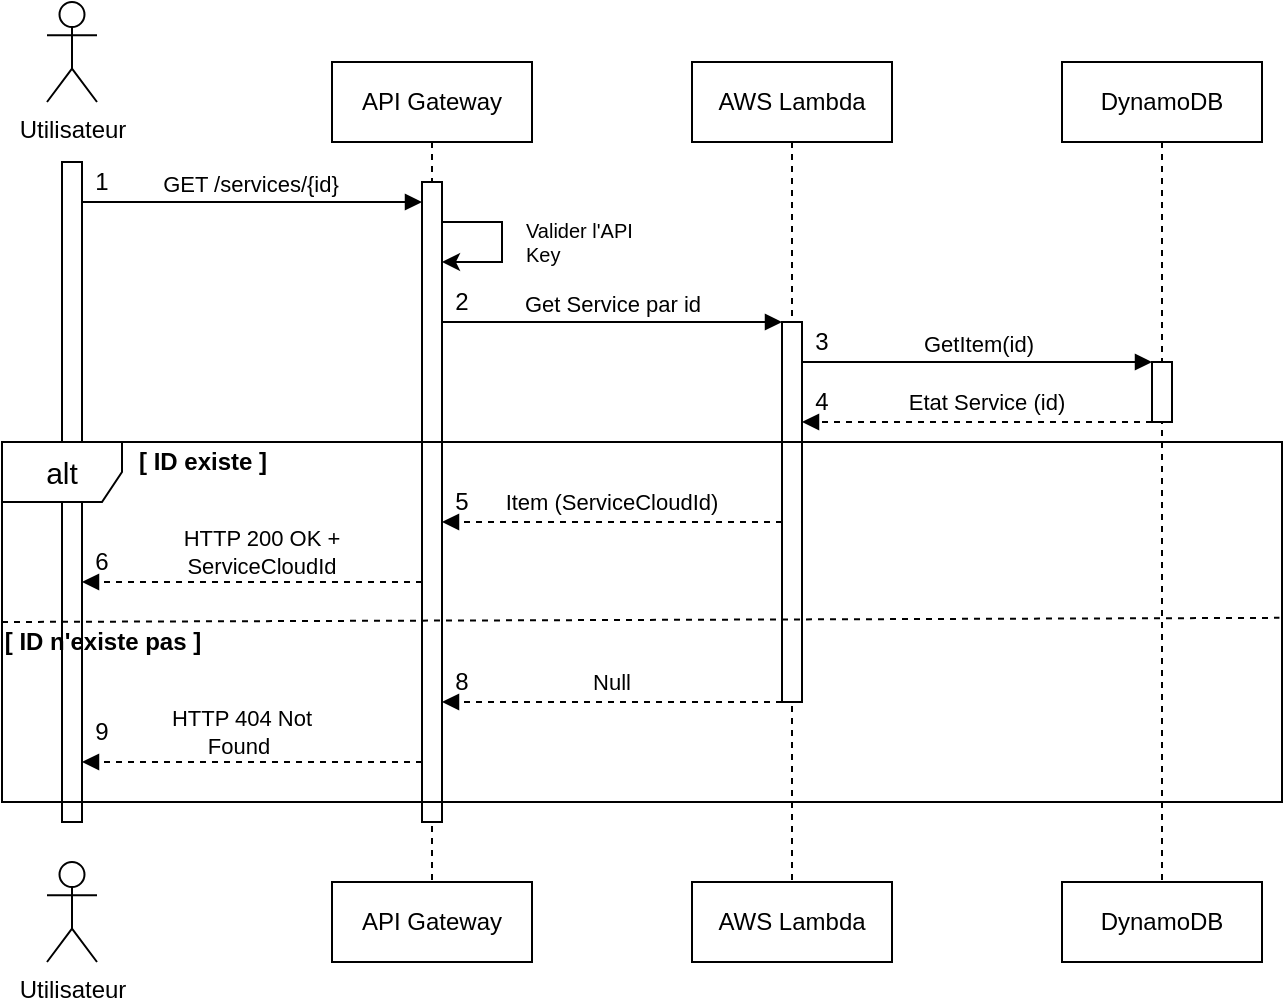
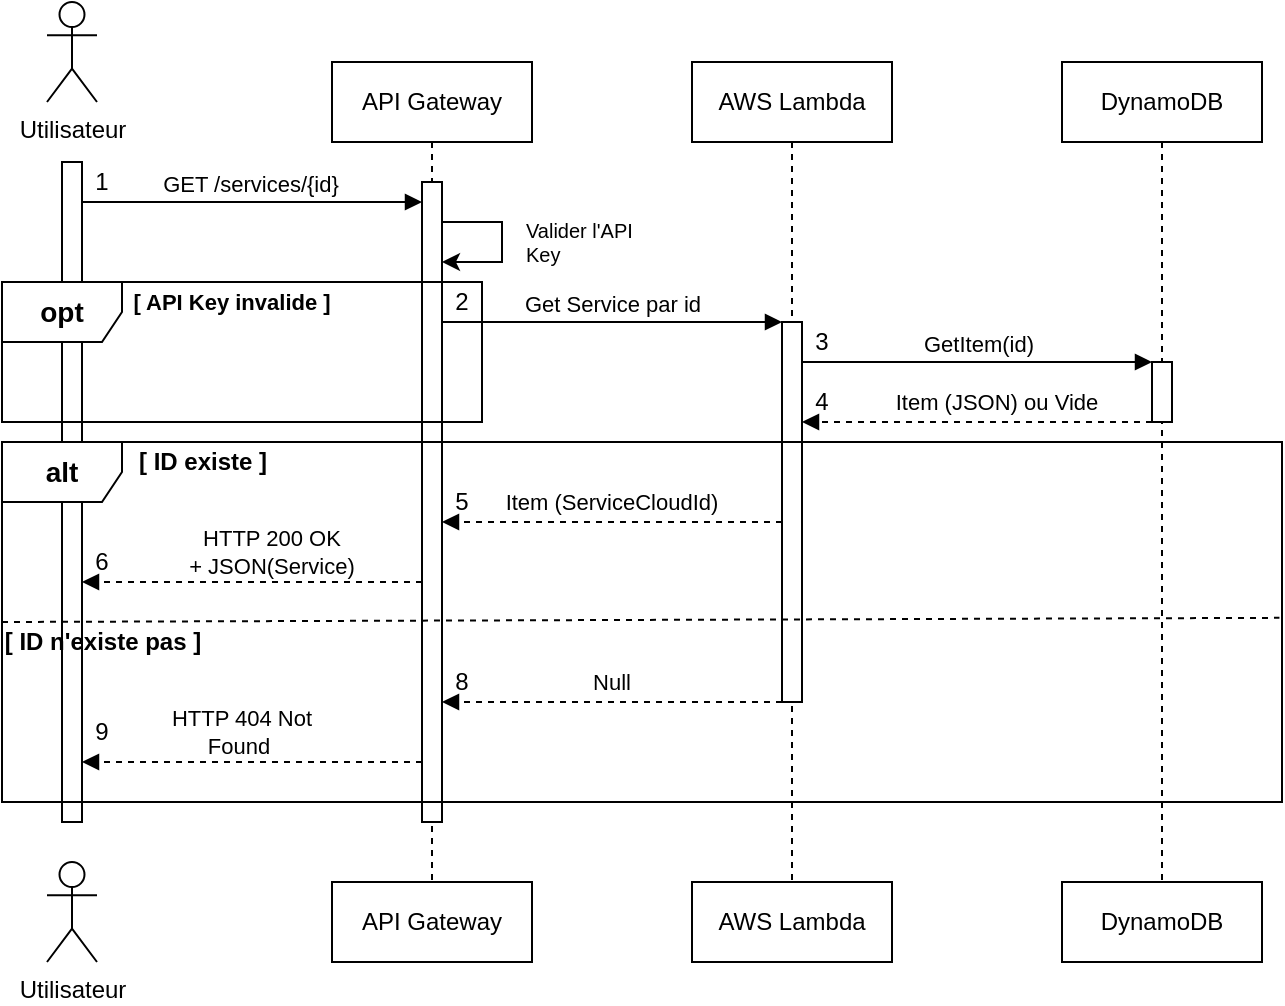
<mxfile host="app.diagrams.net" agent="5.0 (Macintosh; Intel Mac OS X 10_15_7) AppleWebKit/537.36 (KHTML, like Gecko) Chrome/109.0.0.0 Safari/537.36">
  <diagram name="Page-1" id="2YBvvXClWsGukQMizWep">
-     <mxGraphModel dx="1013" dy="650" grid="1" gridSize="10" guides="1" tooltips="1" connect="1" arrows="1" fold="1" page="1" pageScale="1" pageWidth="850" pageHeight="1100" math="0" shadow="0">
+     <mxGraphModel dx="810" dy="520" grid="1" gridSize="10" guides="1" tooltips="1" connect="1" arrows="1" fold="1" page="1" pageScale="1" pageWidth="850" pageHeight="1100" math="0" shadow="0">
      <root>
        <mxCell id="0" />
        <mxCell id="1" parent="0" />
        <mxCell id="aM9ryv3xv72pqoxQDRHE-1" parent="1" style="shape=umlLifeline;perimeter=lifelinePerimeter;whiteSpace=wrap;html=1;container=0;dropTarget=0;collapsible=0;recursiveResize=0;outlineConnect=0;portConstraint=eastwest;newEdgeStyle={&quot;edgeStyle&quot;:&quot;elbowEdgeStyle&quot;,&quot;elbow&quot;:&quot;vertical&quot;,&quot;curved&quot;:0,&quot;rounded&quot;:0};" value="API Gateway" vertex="1">
          <mxGeometry height="410" width="100" x="285" y="80" as="geometry" />
        </mxCell>
        <mxCell id="aM9ryv3xv72pqoxQDRHE-2" parent="aM9ryv3xv72pqoxQDRHE-1" style="html=1;points=[];perimeter=orthogonalPerimeter;outlineConnect=0;targetShapes=umlLifeline;portConstraint=eastwest;newEdgeStyle={&quot;edgeStyle&quot;:&quot;elbowEdgeStyle&quot;,&quot;elbow&quot;:&quot;vertical&quot;,&quot;curved&quot;:0,&quot;rounded&quot;:0};" value="" vertex="1">
          <mxGeometry height="320" width="10" x="45" y="60" as="geometry" />
        </mxCell>
        <mxCell id="aM9ryv3xv72pqoxQDRHE-5" parent="1" style="shape=umlLifeline;perimeter=lifelinePerimeter;whiteSpace=wrap;html=1;container=0;dropTarget=0;collapsible=0;recursiveResize=0;outlineConnect=0;portConstraint=eastwest;newEdgeStyle={&quot;edgeStyle&quot;:&quot;elbowEdgeStyle&quot;,&quot;elbow&quot;:&quot;vertical&quot;,&quot;curved&quot;:0,&quot;rounded&quot;:0};" value="AWS Lambda" vertex="1">
          <mxGeometry height="410" width="100" x="465" y="80" as="geometry" />
        </mxCell>
        <mxCell id="aM9ryv3xv72pqoxQDRHE-6" parent="aM9ryv3xv72pqoxQDRHE-5" style="html=1;points=[];perimeter=orthogonalPerimeter;outlineConnect=0;targetShapes=umlLifeline;portConstraint=eastwest;newEdgeStyle={&quot;edgeStyle&quot;:&quot;elbowEdgeStyle&quot;,&quot;elbow&quot;:&quot;vertical&quot;,&quot;curved&quot;:0,&quot;rounded&quot;:0};" value="" vertex="1">
          <mxGeometry height="190" width="10" x="45" y="130" as="geometry" />
        </mxCell>
        <mxCell id="aM9ryv3xv72pqoxQDRHE-7" edge="1" parent="1" style="html=1;verticalAlign=bottom;endArrow=block;edgeStyle=elbowEdgeStyle;elbow=vertical;curved=0;rounded=0;" value="GET /services/{id}">
          <mxGeometry relative="1" as="geometry">
            <mxPoint x="-1" as="offset" />
            <Array as="points">
              <mxPoint x="245" y="150" />
            </Array>
            <mxPoint x="160" y="150" as="sourcePoint" />
            <mxPoint x="330" y="150" as="targetPoint" />
          </mxGeometry>
        </mxCell>
        <mxCell id="ydfixyK2cgRqEg1iHaJK-1" parent="1" style="html=1;points=[];perimeter=orthogonalPerimeter;outlineConnect=0;targetShapes=umlLifeline;portConstraint=eastwest;newEdgeStyle={&quot;edgeStyle&quot;:&quot;elbowEdgeStyle&quot;,&quot;elbow&quot;:&quot;vertical&quot;,&quot;curved&quot;:0,&quot;rounded&quot;:0};" value="" vertex="1">
          <mxGeometry height="330" width="10" x="150" y="130" as="geometry" />
        </mxCell>
        <mxCell id="ydfixyK2cgRqEg1iHaJK-2" parent="1" style="shape=umlActor;verticalLabelPosition=bottom;verticalAlign=top;html=1;outlineConnect=0;" value="Utilisateur" vertex="1">
          <mxGeometry height="50" width="25" x="142.5" y="50" as="geometry" />
        </mxCell>
        <mxCell id="ydfixyK2cgRqEg1iHaJK-3" parent="1" style="text;html=1;whiteSpace=wrap;strokeColor=none;fillColor=none;align=center;verticalAlign=middle;rounded=0;" value="1" vertex="1">
          <mxGeometry height="20" width="20" x="160" y="130" as="geometry" />
        </mxCell>
        <mxCell id="ydfixyK2cgRqEg1iHaJK-4" edge="1" parent="1" style="html=1;verticalAlign=bottom;endArrow=block;edgeStyle=elbowEdgeStyle;elbow=vertical;curved=0;rounded=0;" value="GetItem(id)">
          <mxGeometry relative="1" as="geometry">
            <mxPoint as="offset" />
            <Array as="points">
              <mxPoint x="605" y="230" />
            </Array>
            <mxPoint x="520" y="230" as="sourcePoint" />
            <mxPoint x="695" y="230" as="targetPoint" />
          </mxGeometry>
        </mxCell>
-         <mxCell id="ydfixyK2cgRqEg1iHaJK-7" parent="1" style="shape=umlFrame;whiteSpace=wrap;html=1;pointerEvents=0;" value="&lt;font style=&quot;font-size: 15px;&quot;&gt;alt&lt;/font&gt;" vertex="1">
+         <mxCell id="ydfixyK2cgRqEg1iHaJK-7" parent="1" style="shape=umlFrame;whiteSpace=wrap;html=1;pointerEvents=0;" value="&lt;font style=&quot;font-size: 14px;&quot;&gt;&lt;b&gt;&lt;font&gt;alt&lt;/font&gt;&lt;/b&gt;&lt;/font&gt;" vertex="1">
          <mxGeometry height="180" width="640" x="120" y="270" as="geometry" />
        </mxCell>
        <mxCell id="ydfixyK2cgRqEg1iHaJK-8" parent="1" style="text;align=center;fontStyle=1;verticalAlign=middle;spacingLeft=3;spacingRight=3;strokeColor=none;rotatable=0;points=[[0,0.5],[1,0.5]];portConstraint=eastwest;html=1;" value="[ ID existe ]" vertex="1">
          <mxGeometry height="20" width="60" x="190" y="270" as="geometry" />
        </mxCell>
        <mxCell id="ydfixyK2cgRqEg1iHaJK-9" parent="1" style="text;html=1;whiteSpace=wrap;strokeColor=none;fillColor=none;align=center;verticalAlign=middle;rounded=0;" value="2" vertex="1">
          <mxGeometry height="20" width="20" x="340" y="190" as="geometry" />
        </mxCell>
        <mxCell id="ydfixyK2cgRqEg1iHaJK-15" edge="1" parent="1" style="html=1;verticalAlign=bottom;endArrow=block;edgeStyle=elbowEdgeStyle;elbow=vertical;curved=0;rounded=0;endFill=1;entryX=0;entryY=1;entryDx=0;entryDy=0;dashed=1;" value="">
          <mxGeometry relative="1" as="geometry">
            <Array as="points">
              <mxPoint x="490" y="310" />
            </Array>
            <mxPoint x="510" y="310" as="sourcePoint" />
            <mxPoint x="340" y="310" as="targetPoint" />
          </mxGeometry>
        </mxCell>
        <mxCell id="ydfixyK2cgRqEg1iHaJK-18" parent="1" style="text;html=1;whiteSpace=wrap;strokeColor=none;fillColor=none;align=center;verticalAlign=middle;rounded=0;strokeWidth=1;fontSize=11;" value="Item (ServiceCloudId)" vertex="1">
          <mxGeometry height="20" width="120" x="365" y="290" as="geometry" />
        </mxCell>
        <mxCell id="ydfixyK2cgRqEg1iHaJK-19" edge="1" parent="1" style="html=1;verticalAlign=bottom;endArrow=block;edgeStyle=elbowEdgeStyle;elbow=vertical;curved=0;rounded=0;endFill=1;entryX=1;entryY=0.529;entryDx=0;entryDy=0;entryPerimeter=0;dashed=1;" value="">
          <mxGeometry relative="1" as="geometry">
            <Array as="points">
              <mxPoint x="310" y="340" />
            </Array>
            <mxPoint x="330" y="340" as="sourcePoint" />
            <mxPoint x="160" y="340" as="targetPoint" />
          </mxGeometry>
        </mxCell>
        <mxCell id="ydfixyK2cgRqEg1iHaJK-20" parent="1" style="text;html=1;whiteSpace=wrap;strokeColor=none;fillColor=none;align=center;verticalAlign=middle;rounded=0;" value="4" vertex="1">
          <mxGeometry height="20" width="20" x="520" y="240" as="geometry" />
        </mxCell>
-         <mxCell id="ydfixyK2cgRqEg1iHaJK-21" parent="1" style="text;html=1;whiteSpace=wrap;strokeColor=none;fillColor=none;align=center;verticalAlign=middle;rounded=0;strokeWidth=1;fontSize=11;" value="HTTP 200 OK + ServiceCloudId" vertex="1">
-           <mxGeometry height="30" width="100" x="200" y="310" as="geometry" />
+         <mxCell id="ydfixyK2cgRqEg1iHaJK-21" parent="1" style="text;html=1;whiteSpace=wrap;strokeColor=none;fillColor=none;align=center;verticalAlign=middle;rounded=0;strokeWidth=1;fontSize=11;" value="HTTP 200 OK +&amp;nbsp;JSON(Service)" vertex="1">
+           <mxGeometry height="30" width="150" x="180" y="310" as="geometry" />
        </mxCell>
        <mxCell id="ydfixyK2cgRqEg1iHaJK-23" edge="1" parent="1" style="endArrow=none;dashed=1;html=1;rounded=0;entryX=0.998;entryY=0.544;entryDx=0;entryDy=0;entryPerimeter=0;" value="">
          <mxGeometry height="50" relative="1" width="50" as="geometry">
            <mxPoint x="120" y="360" as="sourcePoint" />
            <mxPoint x="758.72" y="357.91999999999996" as="targetPoint" />
          </mxGeometry>
        </mxCell>
        <mxCell id="ydfixyK2cgRqEg1iHaJK-26" edge="1" parent="1" style="html=1;verticalAlign=bottom;endArrow=block;edgeStyle=elbowEdgeStyle;elbow=vertical;curved=0;rounded=0;endFill=1;entryX=0;entryY=1;entryDx=0;entryDy=0;dashed=1;" value="">
          <mxGeometry relative="1" as="geometry">
            <Array as="points" />
            <mxPoint x="510" y="400" as="sourcePoint" />
            <mxPoint x="340" y="400" as="targetPoint" />
          </mxGeometry>
        </mxCell>
        <mxCell id="ydfixyK2cgRqEg1iHaJK-28" parent="1" style="text;html=1;whiteSpace=wrap;strokeColor=none;fillColor=none;align=center;verticalAlign=middle;rounded=0;strokeWidth=1;fontSize=11;" value="Null" vertex="1">
          <mxGeometry height="20" width="60" x="395" y="380" as="geometry" />
        </mxCell>
        <mxCell id="ydfixyK2cgRqEg1iHaJK-29" parent="1" style="text;html=1;whiteSpace=wrap;strokeColor=none;fillColor=none;align=center;verticalAlign=middle;rounded=0;" value="&lt;div align=&quot;center&quot;&gt;&amp;nbsp; &amp;nbsp;5&lt;span style=&quot;white-space: pre;&quot;&gt;&#x9;&lt;/span&gt;&lt;/div&gt;" vertex="1">
          <mxGeometry height="20" width="20" x="340" y="290" as="geometry" />
        </mxCell>
        <mxCell id="ydfixyK2cgRqEg1iHaJK-30" edge="1" parent="1" style="html=1;verticalAlign=bottom;endArrow=block;edgeStyle=elbowEdgeStyle;elbow=vertical;curved=0;rounded=0;endFill=1;entryX=1;entryY=0.529;entryDx=0;entryDy=0;entryPerimeter=0;dashed=1;" value="">
          <mxGeometry relative="1" as="geometry">
            <Array as="points">
              <mxPoint x="310" y="430" />
            </Array>
            <mxPoint x="330" y="430" as="sourcePoint" />
            <mxPoint x="160" y="430" as="targetPoint" />
          </mxGeometry>
        </mxCell>
        <mxCell id="ydfixyK2cgRqEg1iHaJK-31" parent="1" style="text;html=1;whiteSpace=wrap;strokeColor=none;fillColor=none;align=center;verticalAlign=middle;rounded=0;fontSize=11;" value="HTTP 404 Not Found&amp;nbsp;" vertex="1">
          <mxGeometry height="30" width="100" x="190" y="400" as="geometry" />
        </mxCell>
        <mxCell id="ydfixyK2cgRqEg1iHaJK-32" parent="1" style="text;html=1;whiteSpace=wrap;strokeColor=none;fillColor=none;align=center;verticalAlign=middle;rounded=0;" value="6" vertex="1">
          <mxGeometry height="20" width="20" x="160" y="320" as="geometry" />
        </mxCell>
        <mxCell id="ydfixyK2cgRqEg1iHaJK-35" parent="1" style="shape=umlLifeline;perimeter=lifelinePerimeter;whiteSpace=wrap;html=1;container=0;dropTarget=0;collapsible=0;recursiveResize=0;outlineConnect=0;portConstraint=eastwest;newEdgeStyle={&quot;edgeStyle&quot;:&quot;elbowEdgeStyle&quot;,&quot;elbow&quot;:&quot;vertical&quot;,&quot;curved&quot;:0,&quot;rounded&quot;:0};" value="API Gateway" vertex="1">
          <mxGeometry height="40" width="100" x="285" y="490" as="geometry" />
        </mxCell>
        <mxCell id="ydfixyK2cgRqEg1iHaJK-38" parent="1" style="shape=umlLifeline;perimeter=lifelinePerimeter;whiteSpace=wrap;html=1;container=0;dropTarget=0;collapsible=0;recursiveResize=0;outlineConnect=0;portConstraint=eastwest;newEdgeStyle={&quot;edgeStyle&quot;:&quot;elbowEdgeStyle&quot;,&quot;elbow&quot;:&quot;vertical&quot;,&quot;curved&quot;:0,&quot;rounded&quot;:0};" value="AWS Lambda" vertex="1">
          <mxGeometry height="40" width="100" x="465" y="490" as="geometry" />
        </mxCell>
        <mxCell id="ydfixyK2cgRqEg1iHaJK-40" parent="1" style="text;align=center;fontStyle=1;verticalAlign=middle;spacingLeft=3;spacingRight=3;strokeColor=none;rotatable=0;points=[[0,0.5],[1,0.5]];portConstraint=eastwest;html=1;" value="[ ID n&#39;existe pas ]" vertex="1">
          <mxGeometry height="20" width="60" x="140" y="360" as="geometry" />
        </mxCell>
        <mxCell id="ydfixyK2cgRqEg1iHaJK-42" parent="1" style="shape=umlActor;verticalLabelPosition=bottom;verticalAlign=top;html=1;outlineConnect=0;" value="Utilisateur" vertex="1">
          <mxGeometry height="50" width="25" x="142.5" y="480" as="geometry" />
        </mxCell>
        <mxCell id="ydfixyK2cgRqEg1iHaJK-45" parent="1" style="shape=umlLifeline;perimeter=lifelinePerimeter;whiteSpace=wrap;html=1;container=0;dropTarget=0;collapsible=0;recursiveResize=0;outlineConnect=0;portConstraint=eastwest;newEdgeStyle={&quot;edgeStyle&quot;:&quot;elbowEdgeStyle&quot;,&quot;elbow&quot;:&quot;vertical&quot;,&quot;curved&quot;:0,&quot;rounded&quot;:0};" value="DynamoDB" vertex="1">
          <mxGeometry height="410" width="100" x="650" y="80" as="geometry" />
        </mxCell>
        <mxCell id="ydfixyK2cgRqEg1iHaJK-46" parent="ydfixyK2cgRqEg1iHaJK-45" style="html=1;points=[];perimeter=orthogonalPerimeter;outlineConnect=0;targetShapes=umlLifeline;portConstraint=eastwest;newEdgeStyle={&quot;edgeStyle&quot;:&quot;elbowEdgeStyle&quot;,&quot;elbow&quot;:&quot;vertical&quot;,&quot;curved&quot;:0,&quot;rounded&quot;:0};" value="" vertex="1">
          <mxGeometry height="30" width="10" x="45" y="150" as="geometry" />
        </mxCell>
        <mxCell id="ydfixyK2cgRqEg1iHaJK-47" parent="1" style="shape=umlLifeline;perimeter=lifelinePerimeter;whiteSpace=wrap;html=1;container=0;dropTarget=0;collapsible=0;recursiveResize=0;outlineConnect=0;portConstraint=eastwest;newEdgeStyle={&quot;edgeStyle&quot;:&quot;elbowEdgeStyle&quot;,&quot;elbow&quot;:&quot;vertical&quot;,&quot;curved&quot;:0,&quot;rounded&quot;:0};" value="DynamoDB" vertex="1">
          <mxGeometry height="40" width="100" x="650" y="490" as="geometry" />
        </mxCell>
        <mxCell id="ydfixyK2cgRqEg1iHaJK-48" edge="1" parent="1" style="html=1;verticalAlign=bottom;endArrow=block;edgeStyle=elbowEdgeStyle;elbow=vertical;curved=0;rounded=0;" value="Get Service par id">
          <mxGeometry relative="1" as="geometry">
            <Array as="points">
              <mxPoint x="425" y="210" />
            </Array>
            <mxPoint x="340" y="210" as="sourcePoint" />
            <mxPoint x="510" y="210" as="targetPoint" />
          </mxGeometry>
        </mxCell>
        <mxCell id="ydfixyK2cgRqEg1iHaJK-49" parent="1" style="text;html=1;whiteSpace=wrap;strokeColor=none;fillColor=none;align=center;verticalAlign=middle;rounded=0;" value="3" vertex="1">
          <mxGeometry height="20" width="20" x="520" y="210" as="geometry" />
        </mxCell>
        <mxCell id="ydfixyK2cgRqEg1iHaJK-52" edge="1" parent="1" source="ydfixyK2cgRqEg1iHaJK-46" style="html=1;verticalAlign=bottom;endArrow=block;edgeStyle=elbowEdgeStyle;elbow=vertical;curved=0;rounded=0;endFill=1;entryX=0;entryY=1;entryDx=0;entryDy=0;dashed=1;" value="">
          <mxGeometry relative="1" as="geometry">
            <Array as="points">
              <mxPoint x="670" y="260" />
            </Array>
            <mxPoint x="690" y="260" as="sourcePoint" />
            <mxPoint x="520" y="260" as="targetPoint" />
          </mxGeometry>
        </mxCell>
-         <mxCell id="ydfixyK2cgRqEg1iHaJK-53" parent="1" style="text;html=1;whiteSpace=wrap;strokeColor=none;fillColor=none;align=center;verticalAlign=middle;rounded=0;fontSize=11;" value="Etat Service (id)" vertex="1">
-           <mxGeometry height="20" width="95" x="565" y="240" as="geometry" />
+         <mxCell id="ydfixyK2cgRqEg1iHaJK-53" parent="1" style="text;html=1;whiteSpace=wrap;strokeColor=none;fillColor=none;align=center;verticalAlign=middle;rounded=0;fontSize=11;" value="&lt;p data-pm-slice=&quot;1 1 [&amp;quot;bullet_list&amp;quot;,{},&amp;quot;list_item&amp;quot;,{},&amp;quot;bullet_list&amp;quot;,{},&amp;quot;list_item&amp;quot;,{}]&quot;&gt;Item (JSON) ou Vide&lt;/p&gt;" vertex="1">
+           <mxGeometry height="20" width="105" x="565" y="240" as="geometry" />
        </mxCell>
        <mxCell id="ydfixyK2cgRqEg1iHaJK-54" edge="1" parent="1" style="edgeStyle=orthogonalEdgeStyle;rounded=0;orthogonalLoop=1;jettySize=auto;html=1;innerLoopWaypoints=1;exitX=0.5;exitY=1;exitDx=0;exitDy=0;">
          <mxGeometry relative="1" as="geometry">
            <mxPoint x="425" y="270" as="sourcePoint" />
            <mxPoint x="425" y="270" as="targetPoint" />
          </mxGeometry>
        </mxCell>
        <mxCell id="ydfixyK2cgRqEg1iHaJK-63" parent="1" style="text;html=1;whiteSpace=wrap;strokeColor=none;fillColor=none;align=center;verticalAlign=middle;rounded=0;" value="8" vertex="1">
          <mxGeometry height="20" width="20" x="340" y="380" as="geometry" />
        </mxCell>
        <mxCell id="ydfixyK2cgRqEg1iHaJK-64" parent="1" style="text;html=1;whiteSpace=wrap;strokeColor=none;fillColor=none;align=center;verticalAlign=middle;rounded=0;" value="9" vertex="1">
          <mxGeometry height="20" width="20" x="160" y="405" as="geometry" />
        </mxCell>
        <mxCell id="ydfixyK2cgRqEg1iHaJK-67" edge="1" parent="1" style="endArrow=classic;html=1;rounded=0;entryX=1;entryY=0.125;entryDx=0;entryDy=0;entryPerimeter=0;" target="aM9ryv3xv72pqoxQDRHE-2" value="">
          <mxGeometry height="50" relative="1" width="50" as="geometry">
            <Array as="points">
              <mxPoint x="370" y="160" />
              <mxPoint x="370" y="180" />
            </Array>
            <mxPoint x="340" y="160" as="sourcePoint" />
            <mxPoint x="560" y="160" as="targetPoint" />
          </mxGeometry>
        </mxCell>
        <mxCell id="ydfixyK2cgRqEg1iHaJK-70" parent="1" style="text;html=1;whiteSpace=wrap;strokeColor=none;fillColor=none;align=left;verticalAlign=middle;rounded=0;fontSize=10;" value="&lt;div align=&quot;left&quot;&gt;Valider l&#39;API Key&lt;/div&gt;" vertex="1">
          <mxGeometry height="40" width="70" x="380" y="150" as="geometry" />
        </mxCell>
+         <mxCell id="ydfixyK2cgRqEg1iHaJK-75" parent="1" style="shape=umlFrame;whiteSpace=wrap;html=1;pointerEvents=0;" value="&lt;font style=&quot;font-size: 14px;&quot;&gt;&lt;b&gt;opt&lt;/b&gt;&lt;/font&gt;" vertex="1">
+           <mxGeometry height="70" width="240" x="120" y="190" as="geometry" />
+         </mxCell>
+         <mxCell id="ydfixyK2cgRqEg1iHaJK-78" parent="1" style="text;html=1;whiteSpace=wrap;strokeColor=none;fillColor=none;align=center;verticalAlign=middle;rounded=0;fontSize=11;fontStyle=1" value="[ API Key invalide ]" vertex="1">
+           <mxGeometry height="20" width="110" x="180" y="190" as="geometry" />
+         </mxCell>
      </root>
    </mxGraphModel>
  </diagram>
</mxfile>
